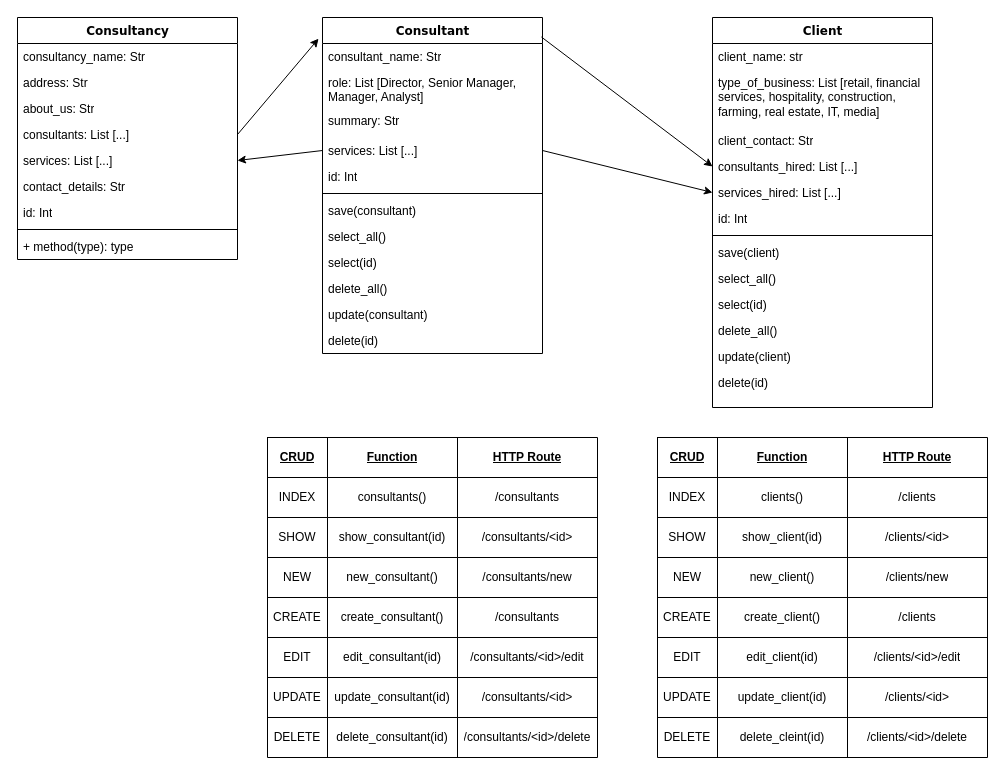
This is planning/Class Diagrams.drawio from michaelmccoll/Project_Secure_Design, a draw.io file, before an edit. Source tidied: cells renumbered, new cells numbered last; positions are measured from the earlier drawing's top-left corner, leaving out a move shared by most shapes. Both pictures are drawn from the tidied source at 100%, with x=0, y=0 at pixel (17, 17).
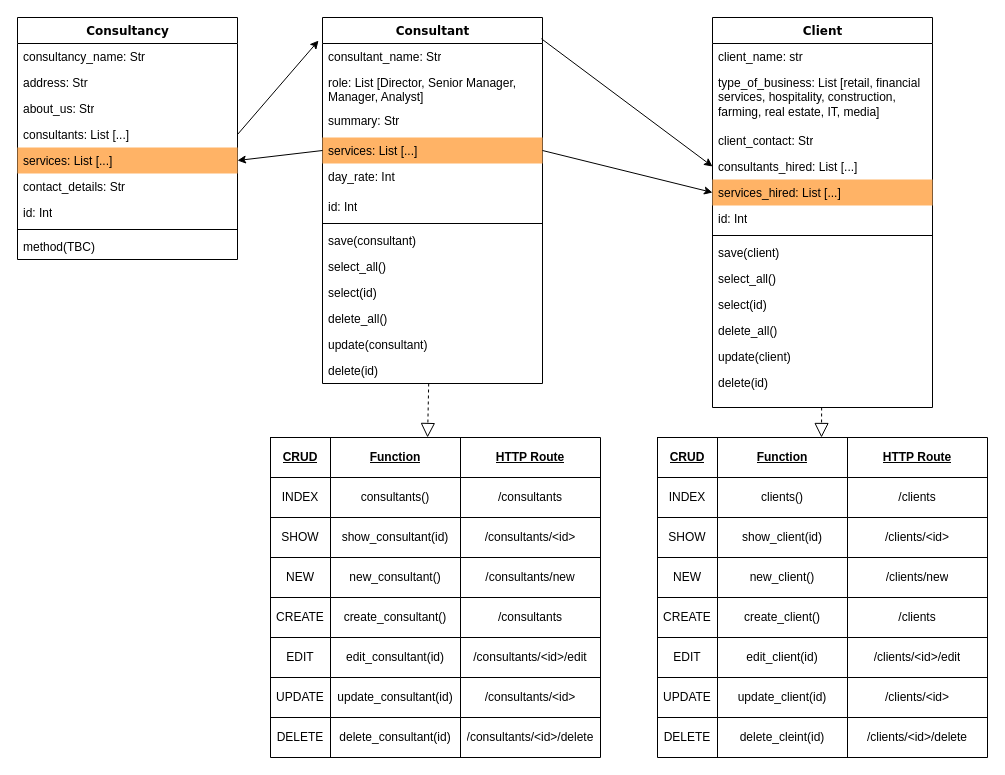
The same diagram, later.

The change refers to these unchanged cells:
```xml
<mxCell id="2" value="Client" style="swimlane;html=1;fontStyle=1;align=center;verticalAlign=top;horizontal=1;startSize=26;swimlaneFillColor=#ffffff;rounded=0;shadow=0;comic=0;labelBackgroundColor=none;strokeWidth=1;fillColor=none;fontFamily=Verdana;fontSize=12;" parent="1" vertex="1">
  <mxGeometry x="695" width="220" height="390" as="geometry" />
</mxCell>
<mxCell id="16" value="Consultancy" style="swimlane;html=1;fontStyle=1;align=center;verticalAlign=top;horizontal=1;startSize=26;swimlaneFillColor=#ffffff;rounded=0;shadow=0;comic=0;labelBackgroundColor=none;strokeWidth=1;fillColor=none;fontFamily=Verdana;fontSize=12;" parent="1" vertex="1">
  <mxGeometry width="220" height="242" as="geometry" />
</mxCell>
<mxCell id="44" style="shape=partialRectangle;html=1;whiteSpace=wrap;fillColor=none;top=0;left=0;bottom=0;right=0;points=[[0,0.5],[1,0.5]];portConstraint=eastwest;" parent="43" vertex="1">
  <mxGeometry width="330" height="40" as="geometry" />
</mxCell>
<mxCell id="77" style="shape=partialRectangle;html=1;whiteSpace=wrap;fillColor=none;top=0;left=0;bottom=0;right=0;points=[[0,0.5],[1,0.5]];portConstraint=eastwest;" parent="76" vertex="1">
  <mxGeometry width="330" height="40" as="geometry" />
</mxCell>
```

The edit, as a diff of the source:
```diff
@@
-    <mxCell id="7" value="services_hired: List [...]" style="text;html=1;strokeColor=none;fillColor=none;align=left;verticalAlign=top;spacingLeft=4;spacingRight=4;whiteSpace=wrap;overflow=hidden;points=[[0,0.5],[1,0.5]];portConstraint=eastwest;" parent="2" vertex="1">
+    <mxCell id="7" value="services_hired: List [...]" style="text;html=1;strokeColor=none;fillColor=#FFB366;align=left;verticalAlign=top;spacingLeft=4;spacingRight=4;whiteSpace=wrap;overflow=hidden;points=[[0,0.5],[1,0.5]];portConstraint=eastwest;" parent="2" vertex="1">
       <mxGeometry y="162" width="220" height="26" as="geometry" />
     </mxCell>
@@
-    <mxCell id="21" value="services: List [...]" style="text;html=1;strokeColor=none;fillColor=none;align=left;verticalAlign=top;spacingLeft=4;spacingRight=4;whiteSpace=wrap;overflow=hidden;points=[[0,0.5],[1,0.5]];portConstraint=eastwest;" parent="16" vertex="1">
+    <mxCell id="21" value="services: List [...]" style="text;html=1;strokeColor=none;fillColor=#FFB366;align=left;verticalAlign=top;spacingLeft=4;spacingRight=4;whiteSpace=wrap;overflow=hidden;points=[[0,0.5],[1,0.5]];portConstraint=eastwest;" parent="16" vertex="1">
       <mxGeometry y="130" width="220" height="26" as="geometry" />
     </mxCell>
@@
-    <mxCell id="25" value="+ method(type): type" style="text;html=1;strokeColor=none;fillColor=none;align=left;verticalAlign=top;spacingLeft=4;spacingRight=4;whiteSpace=wrap;overflow=hidden;" parent="16" vertex="1">
+    <mxCell id="25" value="method(TBC)" style="text;html=1;strokeColor=none;fillColor=none;align=left;verticalAlign=top;spacingLeft=4;spacingRight=4;whiteSpace=wrap;overflow=hidden;" parent="16" vertex="1">
       <mxGeometry y="216" width="220" height="26" as="geometry" />
     </mxCell>
     <mxCell id="26" value="Consultant" style="swimlane;html=1;fontStyle=1;align=center;verticalAlign=top;horizontal=1;startSize=26;swimlaneFillColor=#ffffff;rounded=0;shadow=0;comic=0;labelBackgroundColor=none;strokeWidth=1;fillColor=none;fontFamily=Verdana;fontSize=12;" parent="1" vertex="1">
-      <mxGeometry x="305" width="220" height="336" as="geometry" />
+      <mxGeometry x="305" width="220" height="366" as="geometry" />
     </mxCell>
@@
-    <mxCell id="30" value="services: List [...]" style="text;html=1;strokeColor=none;fillColor=none;align=left;verticalAlign=top;spacingLeft=4;spacingRight=4;whiteSpace=wrap;overflow=hidden;points=[[0,0.5],[1,0.5]];portConstraint=eastwest;" parent="26" vertex="1">
+    <mxCell id="30" value="services: List [...]" style="text;html=1;strokeColor=none;fillColor=#FFB366;align=left;verticalAlign=top;spacingLeft=4;spacingRight=4;whiteSpace=wrap;overflow=hidden;points=[[0,0.5],[1,0.5]];portConstraint=eastwest;" parent="26" vertex="1">
       <mxGeometry y="120" width="220" height="26" as="geometry" />
     </mxCell>
+    <mxCell id="109" value="day_rate: Int" style="text;html=1;strokeColor=none;fillColor=none;align=left;verticalAlign=top;spacingLeft=4;spacingRight=4;whiteSpace=wrap;overflow=hidden;" parent="26" vertex="1">
+      <mxGeometry y="146" width="220" height="30" as="geometry" />
+    </mxCell>
     <mxCell id="31" value="id: Int" style="text;html=1;strokeColor=none;fillColor=none;align=left;verticalAlign=top;spacingLeft=4;spacingRight=4;whiteSpace=wrap;overflow=hidden;" parent="26" vertex="1">
-      <mxGeometry y="146" width="220" height="26" as="geometry" />
+      <mxGeometry y="176" width="220" height="26" as="geometry" />
     </mxCell>
     <mxCell id="32" style="line;html=1;strokeWidth=1;fillColor=none;align=left;verticalAlign=middle;spacingTop=-1;spacingLeft=3;spacingRight=3;labelPosition=right;" parent="26" vertex="1">
-      <mxGeometry y="172" width="220" height="8" as="geometry" />
+      <mxGeometry y="202" width="220" height="8" as="geometry" />
     </mxCell>
     <mxCell id="33" value="save(consultant)" style="text;html=1;strokeColor=none;fillColor=none;align=left;verticalAlign=top;spacingLeft=4;spacingRight=4;whiteSpace=wrap;overflow=hidden;" parent="26" vertex="1">
-      <mxGeometry y="180" width="220" height="26" as="geometry" />
+      <mxGeometry y="210" width="220" height="26" as="geometry" />
     </mxCell>
     <mxCell id="34" value="select_all()" style="text;html=1;strokeColor=none;fillColor=none;align=left;verticalAlign=top;spacingLeft=4;spacingRight=4;whiteSpace=wrap;overflow=hidden;" parent="26" vertex="1">
-      <mxGeometry y="206" width="220" height="26" as="geometry" />
+      <mxGeometry y="236" width="220" height="26" as="geometry" />
     </mxCell>
     <mxCell id="35" value="select(id)" style="text;html=1;strokeColor=none;fillColor=none;align=left;verticalAlign=top;spacingLeft=4;spacingRight=4;whiteSpace=wrap;overflow=hidden;" parent="26" vertex="1">
-      <mxGeometry y="232" width="220" height="26" as="geometry" />
+      <mxGeometry y="262" width="220" height="26" as="geometry" />
     </mxCell>
     <mxCell id="36" value="delete_all()" style="text;html=1;strokeColor=none;fillColor=none;align=left;verticalAlign=top;spacingLeft=4;spacingRight=4;whiteSpace=wrap;overflow=hidden;" parent="26" vertex="1">
-      <mxGeometry y="258" width="220" height="26" as="geometry" />
+      <mxGeometry y="288" width="220" height="26" as="geometry" />
     </mxCell>
     <mxCell id="37" value="update(consultant)" style="text;html=1;strokeColor=none;fillColor=none;align=left;verticalAlign=top;spacingLeft=4;spacingRight=4;whiteSpace=wrap;overflow=hidden;" parent="26" vertex="1">
-      <mxGeometry y="284" width="220" height="26" as="geometry" />
+      <mxGeometry y="314" width="220" height="26" as="geometry" />
     </mxCell>
     <mxCell id="38" value="delete(id)" style="text;html=1;strokeColor=none;fillColor=none;align=left;verticalAlign=top;spacingLeft=4;spacingRight=4;whiteSpace=wrap;overflow=hidden;" parent="26" vertex="1">
-      <mxGeometry y="310" width="220" height="26" as="geometry" />
+      <mxGeometry y="340" width="220" height="26" as="geometry" />
     </mxCell>
@@
     <mxCell id="43" style="shape=table;html=1;whiteSpace=wrap;startSize=0;childLayout=tableLayout;" parent="1" vertex="1">
-      <mxGeometry x="250" y="420" width="330" height="320" as="geometry" />
+      <mxGeometry x="253" y="420" width="330" height="320" as="geometry" />
     </mxCell>
@@
+    <mxCell id="110" style="endArrow=block;dashed=1;endFill=0;endSize=12;html=1;entryX=0.476;entryY=0;entryDx=0;entryDy=0;entryPerimeter=0;" parent="1" edge="1" source="26" target="44">
+      <mxGeometry relative="1" as="geometry" />
+    </mxCell>
+    <mxCell id="111" style="endArrow=block;dashed=1;endFill=0;endSize=12;html=1;entryX=0.497;entryY=0;entryDx=0;entryDy=0;entryPerimeter=0;" parent="1" edge="1" source="2" target="77">
+      <mxGeometry relative="1" as="geometry" />
+    </mxCell>
```
